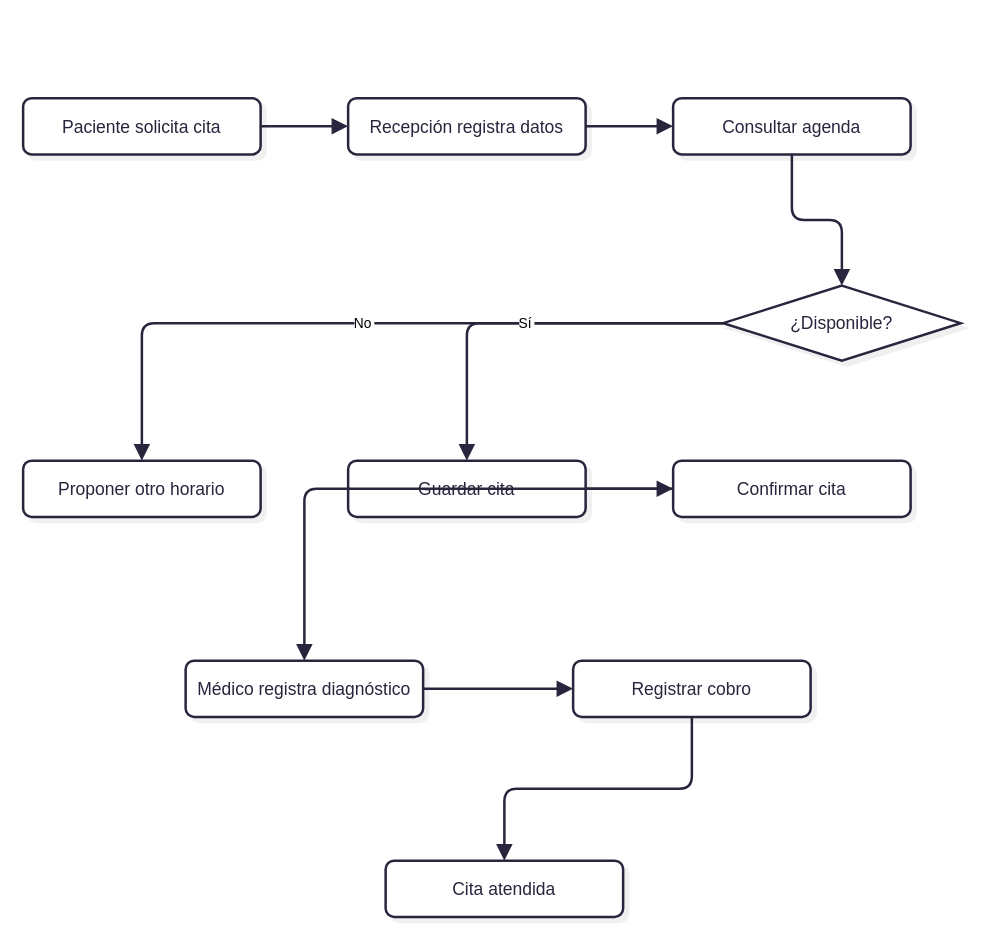
Earlier version of the draw.io diagram page "Vista de Procesos" (3 of 6) of modelo_4mas1_citas_medicas.drawio (jsiquem/proyecto-analisis-en-sistemas-2). Source tidied: cells renumbered, new cells numbered last; positions are measured from the earlier drawing's top-left corner, leaving out a move shared by most shapes. Both pictures are drawn from the tidied source at 125%, with x=0, y=0 at pixel (22, 98).
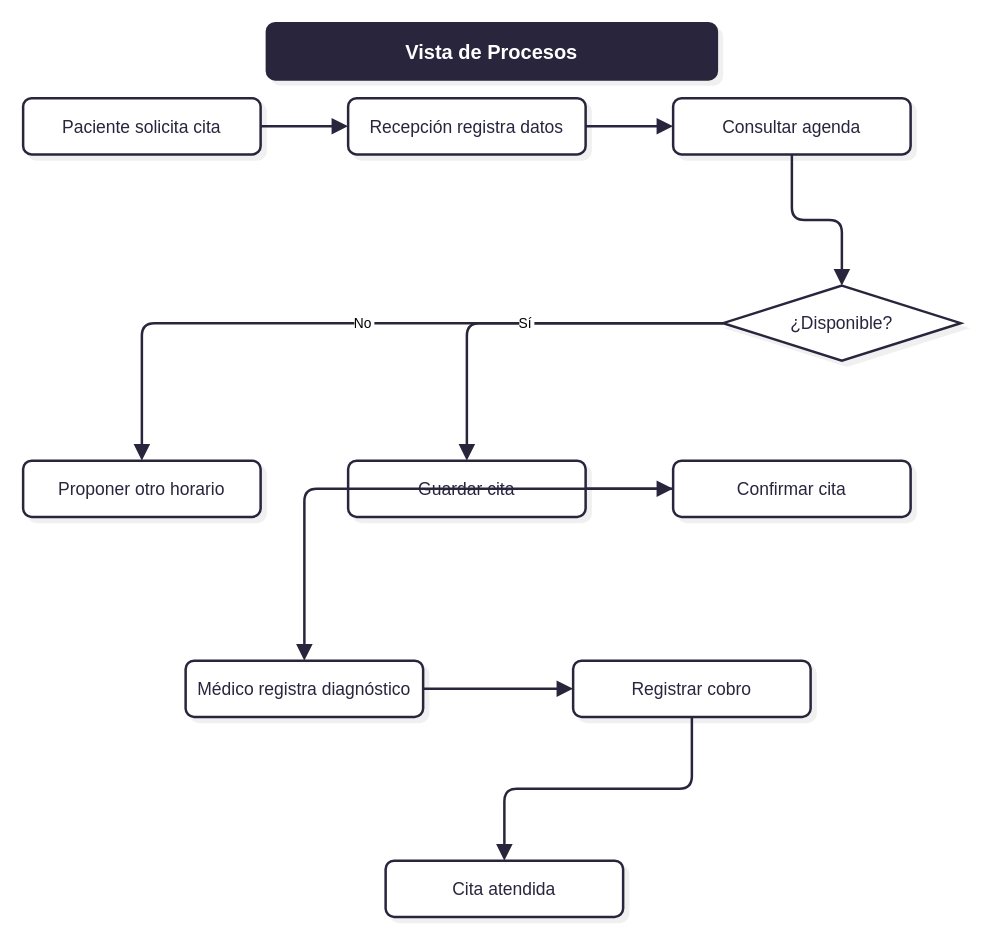
After the change.

Diff of the diagram source:
```diff
@@
+    <mxCell id="21" value="Vista de Procesos" style="html=1;whiteSpace=wrap;strokeWidth=2;rounded=1;fillColor=#28253D;strokeColor=#28253D;fontColor=#FFFFFF;fontFamily=Recursive;fontSize=16;fontStyle=1;shadow=1;shadowColor=#000000;shadowOffsetX=4;shadowOffsetY=4;shadowBlur=0;shadowOpacity=6;" parent="1" vertex="1">
+      <mxGeometry x="195" y="-60" width="360" height="45" as="geometry" />
+    </mxCell>
```
